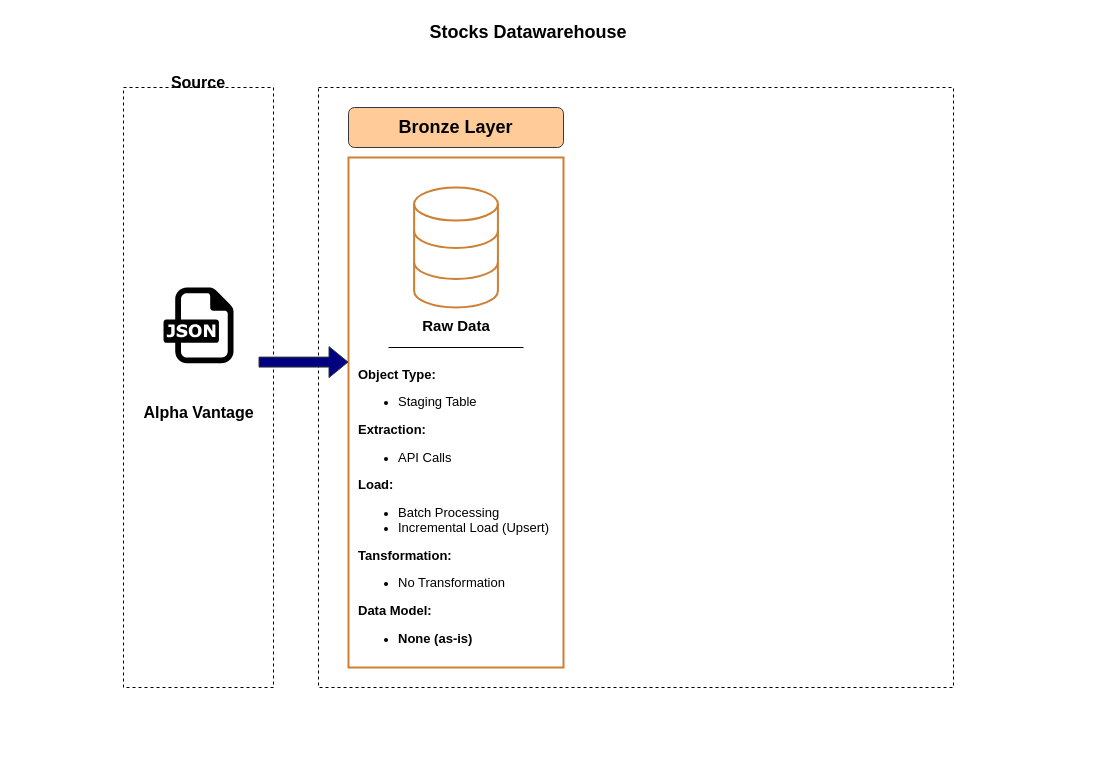
The draw.io diagram Docs/Data Linenage.drawio in SeifOsamaAli/Stocks-Datawarehouse, before the edit. Source tidied: cells renumbered, new cells numbered last; positions are measured from the earlier drawing's top-left corner, leaving out a move shared by most shapes. Both pictures are drawn from the tidied source at 100%, with x=0, y=0 at pixel (123, 17).
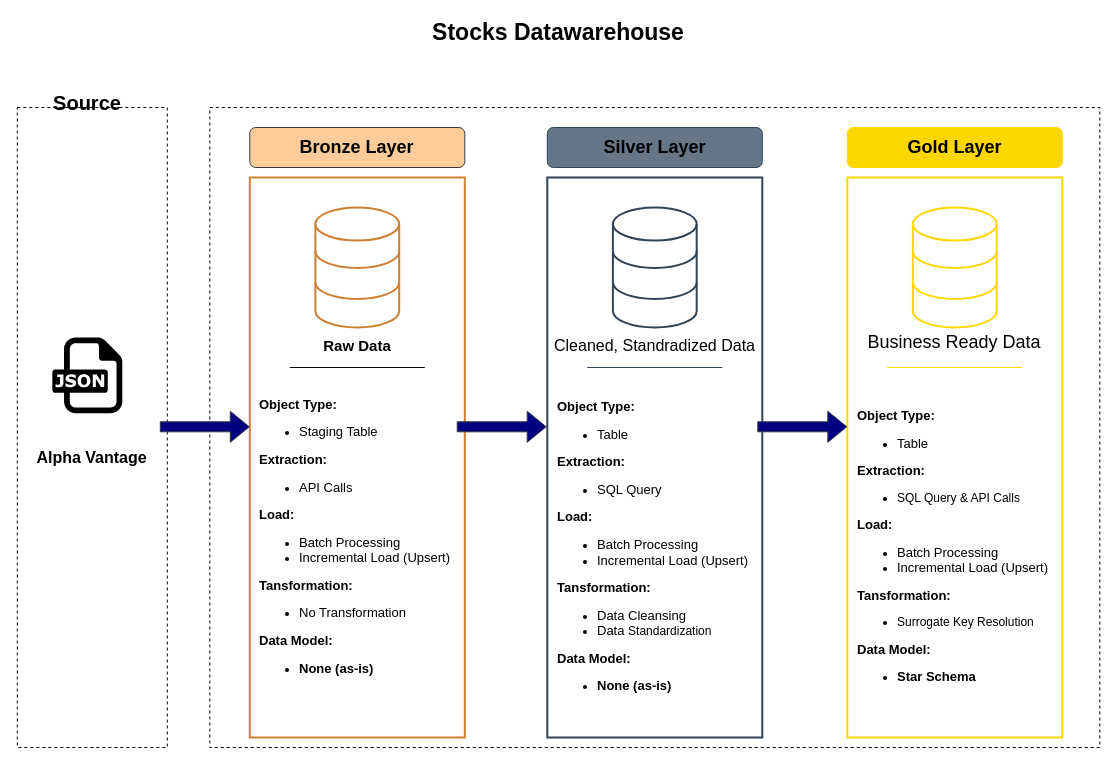
The same diagram, later.

Commit message (it also covers changes not shown here):
Added Draw.io Documentation For The Whole Data Lineage

Diff of the diagram source:
```diff
@@
-    <mxCell id="2" value="&lt;font style=&quot;font-size: 18px;&quot;&gt;Stocks Datawarehouse&lt;/font&gt;" style="text;html=1;whiteSpace=wrap;strokeColor=none;fillColor=none;align=center;verticalAlign=middle;rounded=0;fontStyle=1;" parent="1" vertex="1">
-      <mxGeometry x="305" width="200" height="30" as="geometry" />
+    <mxCell id="2" value="&lt;font style=&quot;font-size: 23px;&quot;&gt;Stocks Datawarehouse&lt;/font&gt;" style="text;html=1;whiteSpace=wrap;strokeColor=none;fillColor=none;align=center;verticalAlign=middle;rounded=0;fontStyle=1;" parent="1" vertex="1">
+      <mxGeometry x="305" width="260" height="30" as="geometry" />
     </mxCell>
+    <mxCell id="15" style="group;" parent="1" vertex="1">
+      <mxGeometry x="-106.2" y="70" width="1082.5" height="660" as="geometry" />
+    </mxCell>
-    <mxCell id="3" style="rounded=0;whiteSpace=wrap;html=1;strokeColor=default;dashed=1;fillColor=none;" parent="1" vertex="1">
-      <mxGeometry y="70" width="150" height="600" as="geometry" />
+    <mxCell id="3" style="rounded=0;whiteSpace=wrap;html=1;strokeColor=default;dashed=1;fillColor=none;" parent="15" vertex="1">
+      <mxGeometry y="20" width="150" height="640" as="geometry" />
     </mxCell>
-    <mxCell id="4" value="&lt;font style=&quot;font-size: 16px;&quot;&gt;&lt;b style=&quot;&quot;&gt;Source&lt;/b&gt;&lt;/font&gt;" style="text;html=1;whiteSpace=wrap;strokeColor=none;fillColor=none;align=center;verticalAlign=middle;rounded=0;" parent="1" vertex="1">
-      <mxGeometry x="45" y="50" width="60" height="30" as="geometry" />
+    <mxCell id="4" value="&lt;font style=&quot;font-size: 20px;&quot;&gt;&lt;b style=&quot;&quot;&gt;Source&lt;/b&gt;&lt;/font&gt;" style="text;html=1;whiteSpace=wrap;strokeColor=none;fillColor=none;align=center;verticalAlign=middle;rounded=0;" parent="15" vertex="1">
+      <mxGeometry x="40" width="60" height="30" as="geometry" />
     </mxCell>
-    <mxCell id="5" style="dashed=0;html=1;align=center;labelPosition=center;verticalLabelPosition=bottom;verticalAlign=top;shape=mxgraph.weblogos.json;" parent="1" vertex="1">
-      <mxGeometry x="40" y="270" width="70" height="75.8" as="geometry" />
+    <mxCell id="5" style="dashed=0;html=1;align=center;labelPosition=center;verticalLabelPosition=bottom;verticalAlign=top;shape=mxgraph.weblogos.json;" parent="15" vertex="1">
+      <mxGeometry x="35" y="250" width="70" height="75.8" as="geometry" />
     </mxCell>
-    <mxCell id="6" value="&lt;font style=&quot;font-size: 16px;&quot;&gt;&lt;b style=&quot;&quot;&gt;Alpha Vantage&lt;/b&gt;&lt;/font&gt;" style="text;html=1;whiteSpace=wrap;strokeColor=none;fillColor=none;align=center;verticalAlign=middle;rounded=0;" parent="1" vertex="1">
-      <mxGeometry x="17.5" y="380" width="115" height="30" as="geometry" />
+    <mxCell id="6" value="&lt;font style=&quot;font-size: 16px;&quot;&gt;&lt;b style=&quot;&quot;&gt;Alpha Vantage&lt;/b&gt;&lt;/font&gt;" style="text;html=1;whiteSpace=wrap;strokeColor=none;fillColor=none;align=center;verticalAlign=middle;rounded=0;" parent="15" vertex="1">
+      <mxGeometry x="17.5" y="355" width="115" height="30" as="geometry" />
     </mxCell>
-    <mxCell id="7" style="rounded=0;whiteSpace=wrap;html=1;strokeColor=default;dashed=1;fillColor=none;" parent="1" vertex="1">
-      <mxGeometry x="195" y="70" width="635" height="600" as="geometry" />
+    <mxCell id="7" style="rounded=0;whiteSpace=wrap;html=1;strokeColor=default;dashed=1;fillColor=none;" parent="15" vertex="1">
+      <mxGeometry x="192.5" y="20" width="890" height="640" as="geometry" />
     </mxCell>
-    <mxCell id="8" style="rounded=0;whiteSpace=wrap;html=1;fillColor=none;strokeColor=#CD7F32;strokeWidth=2;" parent="1" vertex="1">
-      <mxGeometry x="225" y="140" width="215" height="510" as="geometry" />
+    <mxCell id="8" style="rounded=0;whiteSpace=wrap;html=1;fillColor=none;strokeColor=#CD7F32;strokeWidth=2;" parent="15" vertex="1">
+      <mxGeometry x="232.5" y="90" width="215" height="560" as="geometry" />
     </mxCell>
-    <mxCell id="9" value="&lt;font style=&quot;font-size: 18px;&quot;&gt;&lt;b style=&quot;&quot;&gt;Bronze Layer&lt;/b&gt;&lt;/font&gt;" style="rounded=1;whiteSpace=wrap;html=1;fillColor=light-dark(#FFCC99,#CD7F32);strokeColor=#36393d;" parent="1" vertex="1">
-      <mxGeometry x="225" y="90" width="215" height="40" as="geometry" />
+    <mxCell id="9" value="&lt;font style=&quot;font-size: 18px;&quot;&gt;&lt;b style=&quot;&quot;&gt;Bronze Layer&lt;/b&gt;&lt;/font&gt;" style="rounded=1;whiteSpace=wrap;html=1;fillColor=light-dark(#FFCC99,#CD7F32);strokeColor=#36393d;" parent="15" vertex="1">
+      <mxGeometry x="232.5" y="40" width="215" height="40" as="geometry" />
     </mxCell>
-    <mxCell id="10" style="html=1;verticalLabelPosition=bottom;align=center;labelBackgroundColor=#ffffff;verticalAlign=top;strokeWidth=2;strokeColor=light-dark(#CD7F32,#CD7F32);shadow=0;dashed=0;shape=mxgraph.ios7.icons.data;" parent="1" vertex="1">
-      <mxGeometry x="290.6" y="170" width="83.8" height="120" as="geometry" />
+    <mxCell id="10" style="html=1;verticalLabelPosition=bottom;align=center;labelBackgroundColor=#ffffff;verticalAlign=top;strokeWidth=2;strokeColor=light-dark(#CD7F32,#CD7F32);shadow=0;dashed=0;shape=mxgraph.ios7.icons.data;" parent="15" vertex="1">
+      <mxGeometry x="298.1" y="120" width="83.8" height="120" as="geometry" />
     </mxCell>
-    <mxCell id="11" value="&lt;font style=&quot;font-size: 15px;&quot;&gt;&lt;b&gt;Raw Data&lt;/b&gt;&lt;/font&gt;" style="text;html=1;whiteSpace=wrap;strokeColor=none;fillColor=none;align=center;verticalAlign=middle;rounded=0;" parent="1" vertex="1">
-      <mxGeometry x="297.5" y="292.9" width="70" height="30" as="geometry" />
+    <mxCell id="11" value="&lt;font style=&quot;font-size: 15px;&quot;&gt;&lt;b&gt;Raw Data&lt;/b&gt;&lt;/font&gt;" style="text;html=1;whiteSpace=wrap;strokeColor=none;fillColor=none;align=center;verticalAlign=middle;rounded=0;" parent="15" vertex="1">
+      <mxGeometry x="305" y="242.9" width="70" height="30" as="geometry" />
     </mxCell>
-    <mxCell id="12" style="endArrow=none;html=1;rounded=0;" parent="1" edge="1">
+    <mxCell id="12" style="endArrow=none;html=1;rounded=0;" parent="15" edge="1">
       <mxGeometry relative="1" as="geometry">
-        <mxPoint x="265" y="330" as="sourcePoint" />
-        <mxPoint x="400" y="330" as="targetPoint" />
+        <mxPoint x="272.5" y="280" as="sourcePoint" />
+        <mxPoint x="407.5" y="280" as="targetPoint" />
       </mxGeometry>
     </mxCell>
-    <mxCell id="13" value="&lt;div style=&quot;&quot;&gt;&lt;b style=&quot;font-size: 13px; background-color: transparent; color: light-dark(rgb(0, 0, 0), rgb(255, 255, 255));&quot;&gt;Object Type:&lt;/b&gt;&lt;/div&gt;&lt;div style=&quot;&quot;&gt;&lt;ul&gt;&lt;li&gt;&lt;span style=&quot;font-size: 13px; background-color: transparent; color: light-dark(rgb(0, 0, 0), rgb(255, 255, 255));&quot;&gt;Staging Table&lt;/span&gt;&lt;/li&gt;&lt;/ul&gt;&lt;/div&gt;&lt;div style=&quot;&quot;&gt;&lt;b style=&quot;font-size: 13px; background-color: transparent; color: light-dark(rgb(0, 0, 0), rgb(255, 255, 255));&quot;&gt;Extraction:&amp;nbsp;&lt;/b&gt;&lt;/div&gt;&lt;div style=&quot;&quot;&gt;&lt;ul&gt;&lt;li&gt;&lt;span style=&quot;font-size: 13px; background-color: transparent; color: light-dark(rgb(0, 0, 0), rgb(255, 255, 255));&quot;&gt;API Calls&lt;/span&gt;&lt;/li&gt;&lt;/ul&gt;&lt;/div&gt;&lt;div style=&quot;&quot;&gt;&lt;b style=&quot;font-size: 13px; background-color: transparent; color: light-dark(rgb(0, 0, 0), rgb(255, 255, 255));&quot;&gt;Load:&lt;/b&gt;&lt;/div&gt;&lt;div style=&quot;&quot;&gt;&lt;ul&gt;&lt;li&gt;&lt;span style=&quot;font-size: 13px; background-color: transparent; color: light-dark(rgb(0, 0, 0), rgb(255, 255, 255));&quot;&gt;Batch Processing&lt;/span&gt;&lt;/li&gt;&lt;li&gt;&lt;span style=&quot;font-size: 13px;&quot;&gt;Incremental Load (Upsert)&lt;/span&gt;&lt;/li&gt;&lt;/ul&gt;&lt;div&gt;&lt;span style=&quot;font-size: 13px;&quot;&gt;&lt;b&gt;Tansformation:&lt;/b&gt;&lt;/span&gt;&lt;/div&gt;&lt;div&gt;&lt;ul&gt;&lt;li&gt;&lt;span style=&quot;font-size: 13px;&quot;&gt;No Transformation&lt;/span&gt;&lt;/li&gt;&lt;/ul&gt;&lt;div&gt;&lt;span style=&quot;font-size: 13px;&quot;&gt;&lt;b&gt;Data Model:&lt;/b&gt;&lt;/span&gt;&lt;/div&gt;&lt;/div&gt;&lt;div&gt;&lt;ul&gt;&lt;li&gt;&lt;span style=&quot;font-size: 13px;&quot;&gt;&lt;b&gt;None (as-is)&lt;/b&gt;&lt;/span&gt;&lt;/li&gt;&lt;/ul&gt;&lt;/div&gt;&lt;/div&gt;" style="text;html=1;whiteSpace=wrap;strokeColor=none;fillColor=none;align=left;verticalAlign=middle;rounded=0;" parent="1" vertex="1">
-      <mxGeometry x="233.1" y="350" width="198.8" height="290" as="geometry" />
+    <mxCell id="13" value="&lt;div style=&quot;&quot;&gt;&lt;b style=&quot;font-size: 13px; background-color: transparent; color: light-dark(rgb(0, 0, 0), rgb(255, 255, 255));&quot;&gt;Object Type:&lt;/b&gt;&lt;/div&gt;&lt;div style=&quot;&quot;&gt;&lt;ul&gt;&lt;li&gt;&lt;span style=&quot;font-size: 13px; background-color: transparent; color: light-dark(rgb(0, 0, 0), rgb(255, 255, 255));&quot;&gt;Staging Table&lt;/span&gt;&lt;/li&gt;&lt;/ul&gt;&lt;/div&gt;&lt;div style=&quot;&quot;&gt;&lt;b style=&quot;font-size: 13px; background-color: transparent; color: light-dark(rgb(0, 0, 0), rgb(255, 255, 255));&quot;&gt;Extraction:&amp;nbsp;&lt;/b&gt;&lt;/div&gt;&lt;div style=&quot;&quot;&gt;&lt;ul&gt;&lt;li&gt;&lt;span style=&quot;font-size: 13px; background-color: transparent; color: light-dark(rgb(0, 0, 0), rgb(255, 255, 255));&quot;&gt;API Calls&lt;/span&gt;&lt;/li&gt;&lt;/ul&gt;&lt;/div&gt;&lt;div style=&quot;&quot;&gt;&lt;b style=&quot;font-size: 13px; background-color: transparent; color: light-dark(rgb(0, 0, 0), rgb(255, 255, 255));&quot;&gt;Load:&lt;/b&gt;&lt;/div&gt;&lt;div style=&quot;&quot;&gt;&lt;ul&gt;&lt;li&gt;&lt;span style=&quot;font-size: 13px; background-color: transparent; color: light-dark(rgb(0, 0, 0), rgb(255, 255, 255));&quot;&gt;Batch Processing&lt;/span&gt;&lt;/li&gt;&lt;li&gt;&lt;span style=&quot;font-size: 13px;&quot;&gt;Incremental Load (Upsert)&lt;/span&gt;&lt;/li&gt;&lt;/ul&gt;&lt;div&gt;&lt;span style=&quot;font-size: 13px;&quot;&gt;&lt;b&gt;Tansformation:&lt;/b&gt;&lt;/span&gt;&lt;/div&gt;&lt;div&gt;&lt;ul&gt;&lt;li&gt;&lt;span style=&quot;font-size: 13px;&quot;&gt;No Transformation&lt;/span&gt;&lt;/li&gt;&lt;/ul&gt;&lt;div&gt;&lt;span style=&quot;font-size: 13px;&quot;&gt;&lt;b&gt;Data Model:&lt;/b&gt;&lt;/span&gt;&lt;/div&gt;&lt;/div&gt;&lt;div&gt;&lt;ul&gt;&lt;li&gt;&lt;span style=&quot;font-size: 13px;&quot;&gt;&lt;b&gt;None (as-is)&lt;/b&gt;&lt;/span&gt;&lt;/li&gt;&lt;/ul&gt;&lt;/div&gt;&lt;/div&gt;" style="text;html=1;whiteSpace=wrap;strokeColor=none;fillColor=none;align=left;verticalAlign=middle;rounded=0;" parent="15" vertex="1">
+      <mxGeometry x="240.6" y="310" width="198.8" height="290" as="geometry" />
     </mxCell>
-    <mxCell id="14" style="shape=flexArrow;endArrow=classic;html=1;rounded=0;fillColor=light-dark(#000080,#000080);strokeColor=#36393d;" parent="1" edge="1">
+    <mxCell id="14" style="shape=flexArrow;endArrow=classic;html=1;rounded=0;fillColor=light-dark(#000080,#000080);strokeColor=#36393d;" parent="15" edge="1">
       <mxGeometry relative="1" as="geometry">
-        <mxPoint x="135" y="344.6" as="sourcePoint" />
-        <mxPoint x="225" y="344.6" as="targetPoint" />
+        <mxPoint x="142.5" y="339.3" as="sourcePoint" />
+        <mxPoint x="232.5" y="339.3" as="targetPoint" />
       </mxGeometry>
     </mxCell>
+    <mxCell id="16" style="rounded=0;whiteSpace=wrap;html=1;fillColor=none;strokeColor=#314354;strokeWidth=2;fontColor=#ffffff;align=center;" parent="15" vertex="1">
+      <mxGeometry x="530" y="90" width="215" height="560" as="geometry" />
+    </mxCell>
+    <mxCell id="17" value="&lt;font style=&quot;font-size: 18px; color: rgb(0, 0, 0);&quot;&gt;&lt;b style=&quot;&quot;&gt;Silver Layer&lt;/b&gt;&lt;/font&gt;" style="rounded=1;whiteSpace=wrap;html=1;fillColor=#647687;strokeColor=#314354;fontColor=#ffffff;" parent="15" vertex="1">
+      <mxGeometry x="530" y="40" width="215" height="40" as="geometry" />
+    </mxCell>
+    <mxCell id="18" style="html=1;verticalLabelPosition=bottom;align=center;labelBackgroundColor=#ffffff;verticalAlign=top;strokeWidth=2;strokeColor=#314354;shadow=0;dashed=0;shape=mxgraph.ios7.icons.data;fillColor=none;fontColor=#ffffff;" parent="15" vertex="1">
+      <mxGeometry x="595.6" y="120" width="83.8" height="120" as="geometry" />
+    </mxCell>
+    <mxCell id="19" style="endArrow=none;html=1;rounded=0;fillColor=#647687;strokeColor=#314354;" parent="15" edge="1">
+      <mxGeometry relative="1" as="geometry">
+        <mxPoint x="570" y="280" as="sourcePoint" />
+        <mxPoint x="705" y="280" as="targetPoint" />
+      </mxGeometry>
+    </mxCell>
+    <mxCell id="20" value="&lt;div style=&quot;&quot;&gt;&lt;b style=&quot;font-size: 13px; background-color: transparent; color: light-dark(rgb(0, 0, 0), rgb(255, 255, 255));&quot;&gt;Object Type:&lt;/b&gt;&lt;/div&gt;&lt;div style=&quot;&quot;&gt;&lt;ul&gt;&lt;li&gt;&lt;span style=&quot;font-size: 13px; background-color: transparent; color: light-dark(rgb(0, 0, 0), rgb(255, 255, 255));&quot;&gt;Table&lt;/span&gt;&lt;/li&gt;&lt;/ul&gt;&lt;/div&gt;&lt;div style=&quot;&quot;&gt;&lt;b style=&quot;font-size: 13px; background-color: transparent; color: light-dark(rgb(0, 0, 0), rgb(255, 255, 255));&quot;&gt;Extraction:&amp;nbsp;&lt;/b&gt;&lt;/div&gt;&lt;div style=&quot;&quot;&gt;&lt;ul&gt;&lt;li&gt;&lt;span style=&quot;font-size: 13px;&quot;&gt;SQL Query&lt;/span&gt;&lt;/li&gt;&lt;/ul&gt;&lt;/div&gt;&lt;div style=&quot;&quot;&gt;&lt;b style=&quot;font-size: 13px; background-color: transparent; color: light-dark(rgb(0, 0, 0), rgb(255, 255, 255));&quot;&gt;Load:&lt;/b&gt;&lt;/div&gt;&lt;div style=&quot;&quot;&gt;&lt;ul&gt;&lt;li&gt;&lt;span style=&quot;font-size: 13px; background-color: transparent; color: light-dark(rgb(0, 0, 0), rgb(255, 255, 255));&quot;&gt;Batch Processing&lt;/span&gt;&lt;/li&gt;&lt;li&gt;&lt;span style=&quot;font-size: 13px;&quot;&gt;Incremental Load (Upsert)&lt;/span&gt;&lt;/li&gt;&lt;/ul&gt;&lt;div&gt;&lt;span style=&quot;font-size: 13px;&quot;&gt;&lt;b&gt;Tansformation:&lt;/b&gt;&lt;/span&gt;&lt;/div&gt;&lt;div&gt;&lt;ul&gt;&lt;li&gt;&lt;span style=&quot;font-size: 13px;&quot;&gt;Data Cleansing&lt;/span&gt;&lt;/li&gt;&lt;li&gt;&lt;span style=&quot;font-size: 13px;&quot;&gt;Data&amp;nbsp;&lt;/span&gt;Standardization&lt;/li&gt;&lt;/ul&gt;&lt;div&gt;&lt;span style=&quot;font-size: 13px;&quot;&gt;&lt;b&gt;Data Model:&lt;/b&gt;&lt;/span&gt;&lt;/div&gt;&lt;/div&gt;&lt;div&gt;&lt;ul&gt;&lt;li&gt;&lt;span style=&quot;font-size: 13px;&quot;&gt;&lt;b&gt;None (as-is)&lt;/b&gt;&lt;/span&gt;&lt;/li&gt;&lt;/ul&gt;&lt;/div&gt;&lt;/div&gt;" style="text;html=1;whiteSpace=wrap;strokeColor=none;fillColor=none;align=left;verticalAlign=middle;rounded=0;" parent="15" vertex="1">
+      <mxGeometry x="538.1" y="290" width="198.8" height="350" as="geometry" />
+    </mxCell>
+    <mxCell id="21" value="&lt;span style=&quot;font-size: 16px;&quot;&gt;Cleaned, Standradized Data&lt;/span&gt;" style="text;html=1;whiteSpace=wrap;strokeColor=none;fillColor=none;align=center;verticalAlign=middle;rounded=0;" parent="15" vertex="1">
+      <mxGeometry x="530" y="242.9" width="215" height="30" as="geometry" />
+    </mxCell>
+    <mxCell id="22" style="rounded=0;whiteSpace=wrap;html=1;strokeWidth=2;strokeColor=light-dark(#FFD700,#FFD700);fillColor=none;align=center;" parent="15" vertex="1">
+      <mxGeometry x="830" y="90" width="215" height="560" as="geometry" />
+    </mxCell>
+    <mxCell id="23" value="&lt;font style=&quot;font-size: 18px;&quot;&gt;&lt;b style=&quot;&quot;&gt;Gold Layer&lt;/b&gt;&lt;/font&gt;" style="rounded=1;whiteSpace=wrap;html=1;strokeColor=light-dark(#FFD700,#FFD700);fillColor=light-dark(#FFD700,#FFD700);" parent="15" vertex="1">
+      <mxGeometry x="830" y="40" width="215" height="40" as="geometry" />
+    </mxCell>
+    <mxCell id="24" style="html=1;verticalLabelPosition=bottom;align=center;labelBackgroundColor=#ffffff;verticalAlign=top;strokeWidth=2;shadow=0;dashed=0;shape=mxgraph.ios7.icons.data;fillStyle=auto;fillColor=none;strokeColor=light-dark(#FFD700,#FFD700);" parent="15" vertex="1">
+      <mxGeometry x="895.6" y="120" width="83.8" height="120" as="geometry" />
+    </mxCell>
+    <mxCell id="25" style="endArrow=none;html=1;rounded=0;strokeColor=light-dark(#FFD700,#FFD700);" parent="15" edge="1">
+      <mxGeometry relative="1" as="geometry">
+        <mxPoint x="870" y="280" as="sourcePoint" />
+        <mxPoint x="1005" y="280" as="targetPoint" />
+      </mxGeometry>
+    </mxCell>
+    <mxCell id="26" value="&lt;div style=&quot;&quot;&gt;&lt;b style=&quot;font-size: 13px; background-color: transparent; color: light-dark(rgb(0, 0, 0), rgb(255, 255, 255));&quot;&gt;Object Type:&lt;/b&gt;&lt;/div&gt;&lt;div style=&quot;&quot;&gt;&lt;ul&gt;&lt;li&gt;&lt;span style=&quot;font-size: 13px; background-color: transparent; color: light-dark(rgb(0, 0, 0), rgb(255, 255, 255));&quot;&gt;Table&lt;/span&gt;&lt;/li&gt;&lt;/ul&gt;&lt;/div&gt;&lt;div style=&quot;&quot;&gt;&lt;b style=&quot;font-size: 13px; background-color: transparent; color: light-dark(rgb(0, 0, 0), rgb(255, 255, 255));&quot;&gt;Extraction:&amp;nbsp;&lt;/b&gt;&lt;/div&gt;&lt;div style=&quot;&quot;&gt;&lt;ul&gt;&lt;li&gt;SQL Query &amp;amp; API Calls&lt;/li&gt;&lt;/ul&gt;&lt;/div&gt;&lt;div style=&quot;&quot;&gt;&lt;b style=&quot;font-size: 13px; background-color: transparent; color: light-dark(rgb(0, 0, 0), rgb(255, 255, 255));&quot;&gt;Load:&lt;/b&gt;&lt;/div&gt;&lt;div style=&quot;&quot;&gt;&lt;ul&gt;&lt;li&gt;&lt;span style=&quot;font-size: 13px; background-color: transparent; color: light-dark(rgb(0, 0, 0), rgb(255, 255, 255));&quot;&gt;Batch Processing&lt;/span&gt;&lt;/li&gt;&lt;li&gt;&lt;span style=&quot;font-size: 13px;&quot;&gt;Incremental Load (Upsert)&lt;/span&gt;&lt;/li&gt;&lt;/ul&gt;&lt;div&gt;&lt;span style=&quot;font-size: 13px;&quot;&gt;&lt;b&gt;Tansformation:&lt;/b&gt;&lt;/span&gt;&lt;/div&gt;&lt;div&gt;&lt;ul&gt;&lt;li&gt;Surrogate Key Resolution&lt;/li&gt;&lt;/ul&gt;&lt;div&gt;&lt;span style=&quot;font-size: 13px;&quot;&gt;&lt;b&gt;Data Model:&lt;/b&gt;&lt;/span&gt;&lt;/div&gt;&lt;/div&gt;&lt;div&gt;&lt;ul&gt;&lt;li&gt;&lt;span style=&quot;font-size: 13px;&quot;&gt;&lt;b&gt;Star Schema&lt;/b&gt;&lt;/span&gt;&lt;/li&gt;&lt;/ul&gt;&lt;/div&gt;&lt;/div&gt;" style="text;html=1;whiteSpace=wrap;align=left;verticalAlign=middle;rounded=0;strokeColor=none;" parent="15" vertex="1">
+      <mxGeometry x="838.1" y="290" width="198.8" height="350" as="geometry" />
+    </mxCell>
+    <mxCell id="27" value="&lt;span style=&quot;font-size: 18px;&quot;&gt;Business Ready Data&lt;/span&gt;" style="text;html=1;whiteSpace=wrap;align=center;verticalAlign=middle;rounded=0;strokeColor=none;" parent="15" vertex="1">
+      <mxGeometry x="842.5" y="240" width="190" height="30" as="geometry" />
+    </mxCell>
+    <mxCell id="28" style="shape=flexArrow;endArrow=classic;html=1;rounded=0;fillColor=light-dark(#000080,#000080);strokeColor=#36393d;" parent="15" edge="1">
+      <mxGeometry relative="1" as="geometry">
+        <mxPoint x="439.4" y="339.3" as="sourcePoint" />
+        <mxPoint x="529.4" y="339.3" as="targetPoint" />
+      </mxGeometry>
+    </mxCell>
+    <mxCell id="29" style="shape=flexArrow;endArrow=classic;html=1;rounded=0;fillColor=light-dark(#000080,#000080);strokeColor=#36393d;" parent="15" edge="1">
+      <mxGeometry relative="1" as="geometry">
+        <mxPoint x="740" y="339.3" as="sourcePoint" />
+        <mxPoint x="830" y="339.3" as="targetPoint" />
+      </mxGeometry>
+    </mxCell>
```
